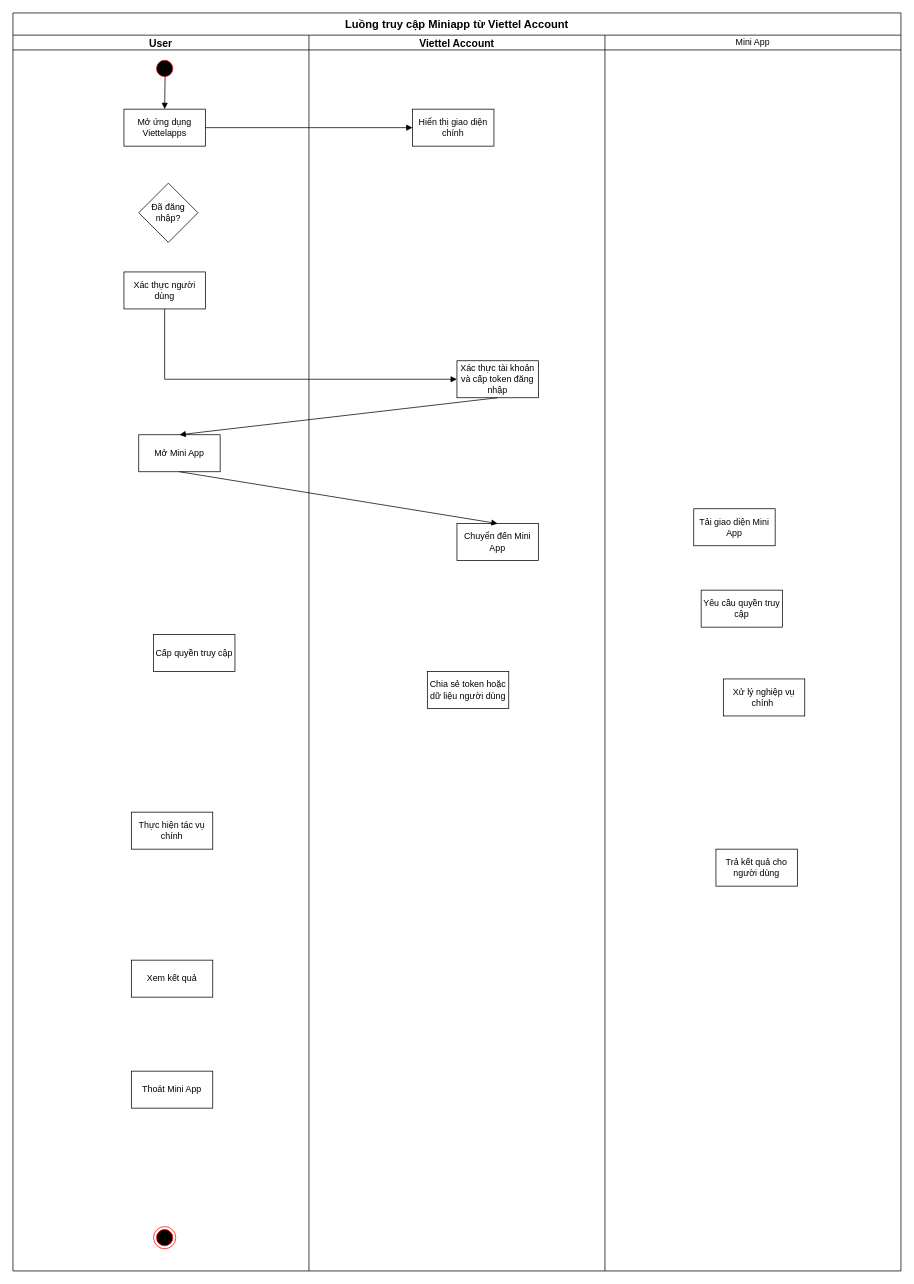
NamKhanhIT2/draw keeps this draw.io diagram as page "Trang-2" (2 of 2) of ViettelID.drawio. Above is the earlier version. Source tidied: cells renumbered, new cells numbered last; positions are measured from the earlier drawing's top-left corner, leaving out a move shared by most shapes. Both pictures are drawn from the tidied source at 74%, with x=0, y=0 at pixel (13, 13).
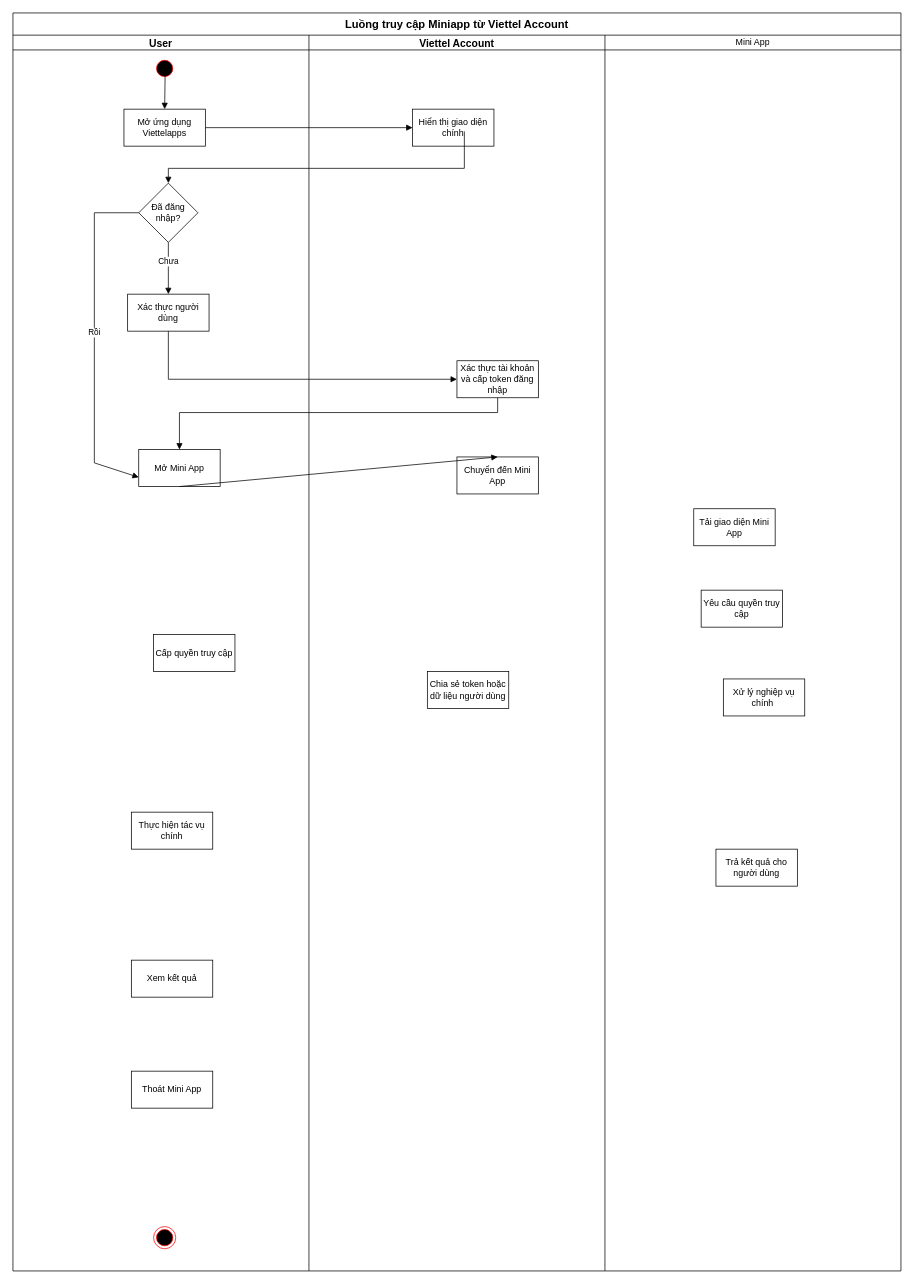
After the change.

Commit message (it also covers changes not shown here):
Cập nhật ViettelID.drawio

Unchanged cells that the change refers to:
```xml
<mxCell id="15" value="Xác thực tài khoản và cấp token đăng nhập" style="html=1;whiteSpace=wrap;" parent="1" vertex="1">
  <mxGeometry x="600" y="470" width="110" height="50" as="geometry" />
</mxCell>
<mxCell id="24" value="Đã đăng nhập?" style="rhombus;whiteSpace=wrap;html=1;" parent="1" vertex="1">
  <mxGeometry x="170" y="230" width="80" height="80" as="geometry" />
</mxCell>
```

Diff of the diagram source:
```diff
@@
     <mxCell id="14" value="Xác thực người dùng" style="html=1;whiteSpace=wrap;" parent="1" vertex="1">
-      <mxGeometry x="150" y="350" width="110" height="50" as="geometry" />
+      <mxGeometry x="155" y="380" width="110" height="50" as="geometry" />
     </mxCell>
@@
     <mxCell id="16" value="Mở Mini App" style="html=1;whiteSpace=wrap;" parent="1" vertex="1">
-      <mxGeometry x="170" y="570" width="110" height="50" as="geometry" />
+      <mxGeometry x="170" y="590" width="110" height="50" as="geometry" />
     </mxCell>
     <mxCell id="17" value="Chuyển đến Mini App" style="html=1;whiteSpace=wrap;" parent="1" vertex="1">
-      <mxGeometry x="600" y="690" width="110" height="50" as="geometry" />
+      <mxGeometry x="600" y="600" width="110" height="50" as="geometry" />
     </mxCell>
@@
     <mxCell id="20" style="html=1;verticalAlign=bottom;endArrow=block;curved=0;rounded=0;exitX=0.5;exitY=1;exitDx=0;exitDy=0;entryX=0;entryY=0.5;entryDx=0;entryDy=0;" parent="1" edge="1" source="14" target="15">
       <mxGeometry relative="1" as="geometry">
         <Array as="points">
-          <mxPoint x="205" y="495" />
+          <mxPoint x="210" y="495" />
         </Array>
       </mxGeometry>
     </mxCell>
     <mxCell id="21" style="html=1;verticalAlign=bottom;endArrow=block;curved=0;rounded=0;entryX=0.5;entryY=0;entryDx=0;entryDy=0;exitX=0.5;exitY=1;exitDx=0;exitDy=0;" parent="1" edge="1" source="15" target="16">
-      <mxGeometry relative="1" as="geometry" />
+      <mxGeometry relative="1" as="geometry">
+        <Array as="points">
+          <mxPoint x="655" y="540" />
+          <mxPoint x="225" y="540" />
+        </Array>
+      </mxGeometry>
     </mxCell>
@@
+    <mxCell id="34" style="html=1;verticalAlign=bottom;endArrow=block;curved=0;rounded=0;entryX=0.5;entryY=0;entryDx=0;entryDy=0;" parent="1" edge="1" target="24">
+      <mxGeometry relative="1" as="geometry">
+        <mxPoint x="610" y="160" as="sourcePoint" />
+        <Array as="points">
+          <mxPoint x="610" y="210" />
+          <mxPoint x="210" y="210" />
+        </Array>
+      </mxGeometry>
+    </mxCell>
+    <mxCell id="35" value="Chưa" style="html=1;verticalAlign=bottom;endArrow=block;curved=0;rounded=0;entryX=0.5;entryY=0;entryDx=0;entryDy=0;" parent="1" edge="1" target="14">
+      <mxGeometry relative="1" as="geometry">
+        <mxPoint x="210" y="310" as="sourcePoint" />
+      </mxGeometry>
+    </mxCell>
+    <mxCell id="36" value="Rồi" style="html=1;verticalAlign=bottom;endArrow=block;curved=0;rounded=0;exitX=0;exitY=0.5;exitDx=0;exitDy=0;entryX=0;entryY=0.75;entryDx=0;entryDy=0;" parent="1" edge="1" source="24" target="16">
+      <mxGeometry relative="1" as="geometry">
+        <Array as="points">
+          <mxPoint x="110" y="270" />
+          <mxPoint x="110" y="608" />
+        </Array>
+      </mxGeometry>
+    </mxCell>
```
